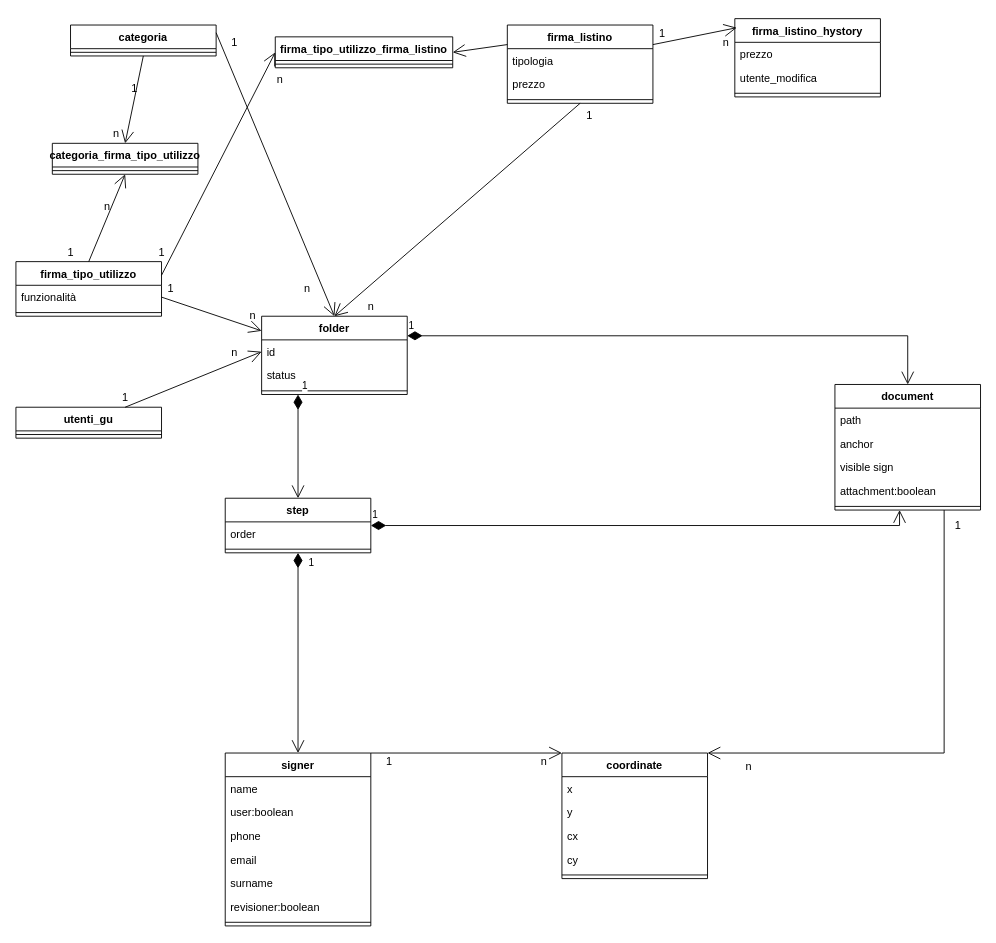
Before: page "model-implementation" (2 of 2) of model.drawio in carnivuth/digitalsignIntegrationdoc, a draw.io diagram. Source tidied: cells renumbered, new cells numbered last; positions are measured from the earlier drawing's top-left corner, leaving out a move shared by most shapes. Both pictures are drawn from the tidied source at 91%, with x=0, y=0 at pixel (15, 18).
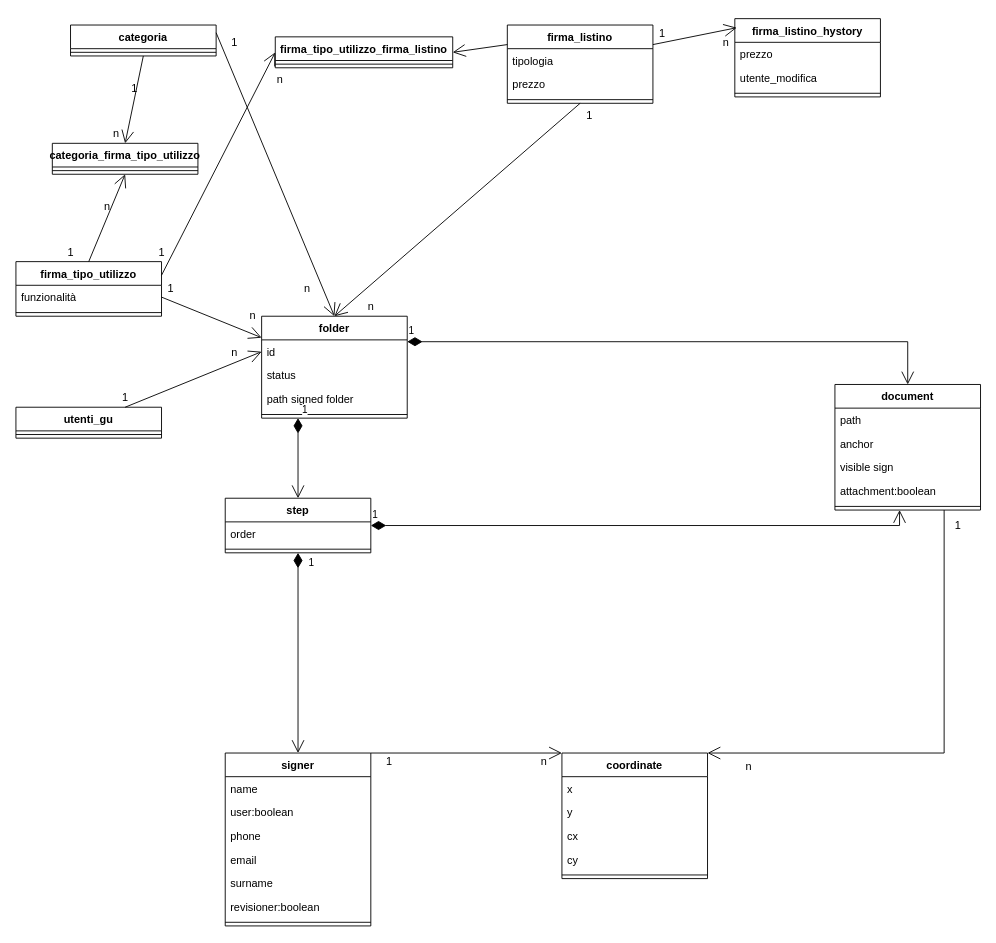
After the change.

Commit message (it also covers changes not shown here):
added path folder attribute

The edit, as a diff of the source:
```diff
@@
     <mxCell id="2" value="folder" style="swimlane;fontStyle=1;align=center;verticalAlign=top;horizontal=1;startSize=26;" parent="1" vertex="1">
-      <mxGeometry x="270" y="327" width="160" height="86" as="geometry" />
+      <mxGeometry x="270" y="327" width="160" height="112" as="geometry" />
     </mxCell>
@@
+    <mxCell id="83" value="path signed folder" style="text;strokeColor=none;fillColor=none;align=left;verticalAlign=top;spacingLeft=4;spacingRight=4;overflow=hidden;" parent="2" vertex="1">
+      <mxGeometry y="78" width="160" height="26" as="geometry" />
+    </mxCell>
     <mxCell id="5" style="line;strokeWidth=1;fillColor=none;align=left;verticalAlign=middle;spacingTop=-1;spacingLeft=3;spacingRight=3;labelPosition=right;strokeColor=inherit;" parent="2" vertex="1">
-      <mxGeometry y="78" width="160" height="8" as="geometry" />
+      <mxGeometry y="104" width="160" height="8" as="geometry" />
     </mxCell>
```
